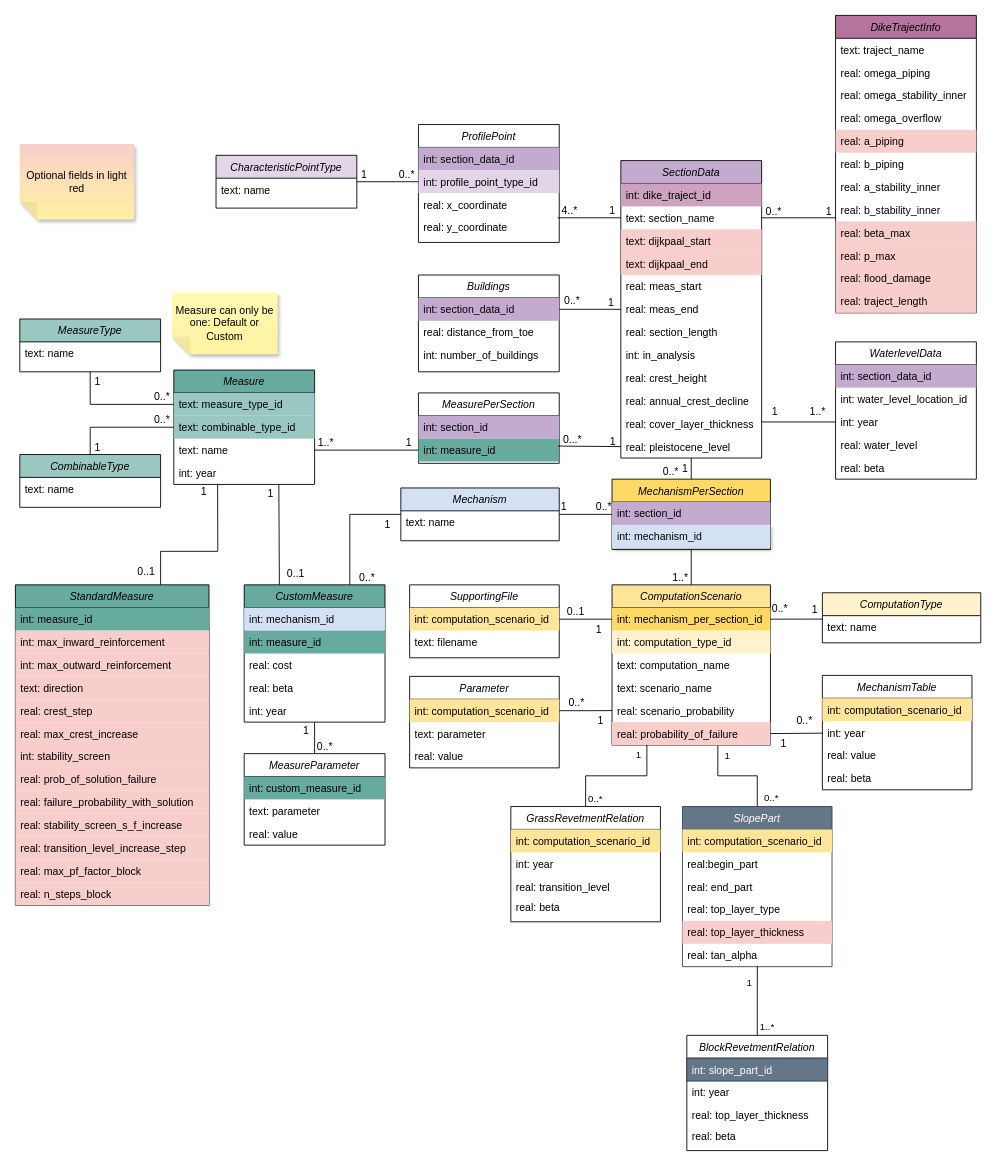
The draw.io diagram docs/db_diagram/vrtool_sql_input.drawio in Deltares/Veiligheidsrendement, before the edit. Source tidied: cells renumbered, new cells numbered last; positions are measured from the earlier drawing's top-left corner, leaving out a move shared by most shapes. Both pictures are drawn from the tidied source at 88%, with x=0, y=0 at pixel (15, 15).
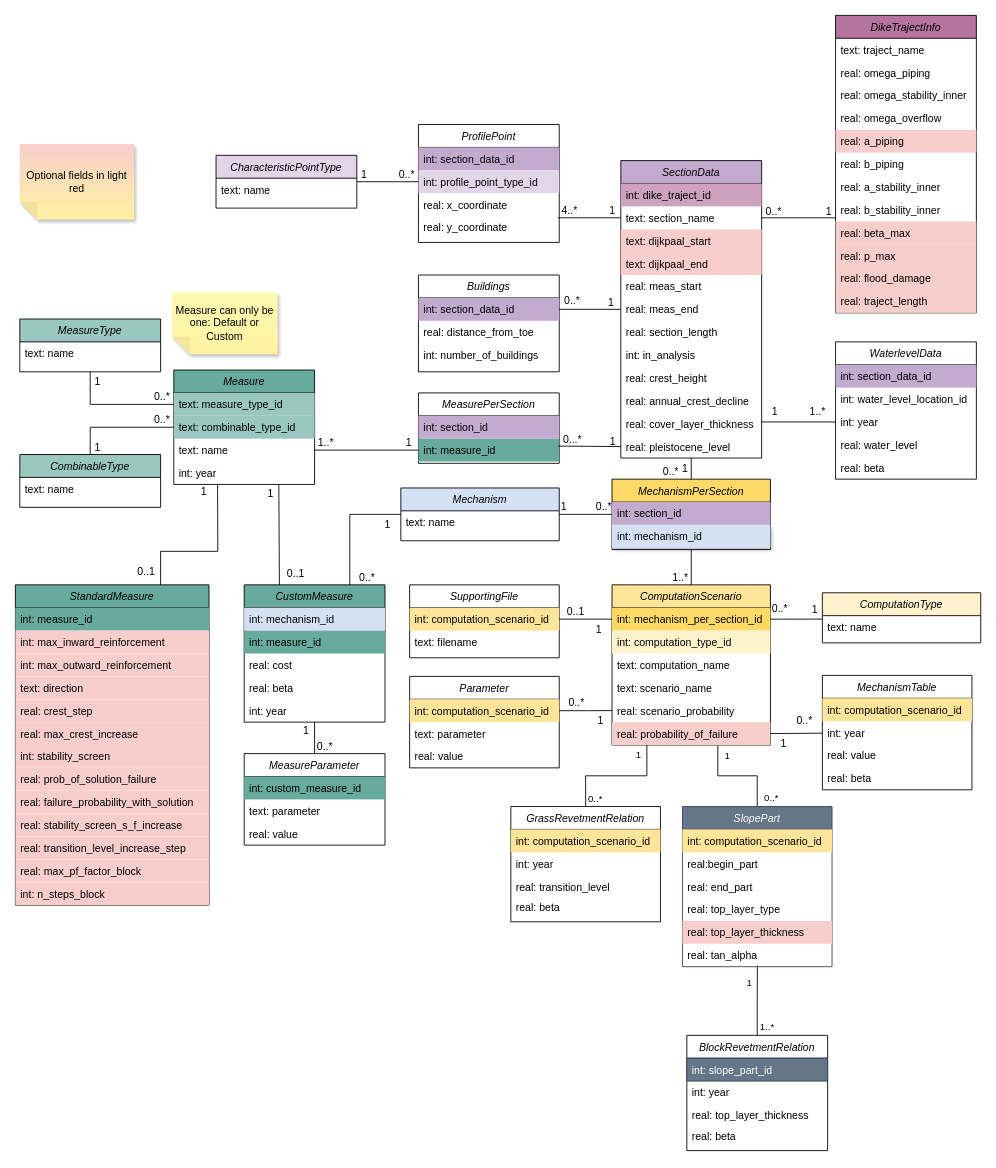
Above is the later version.

The change refers to these unchanged cells:
```xml
<mxCell id="94" value="StandardMeasure" style="swimlane;fontStyle=2;align=center;verticalAlign=top;horizontal=1;startSize=26;rounded=0;shadow=0;strokeWidth=1;fillColor=#67AB9F;" parent="1" vertex="1">
  <mxGeometry y="647.1" width="220" height="364" as="geometry" />
</mxCell>
```

Diff of the diagram source:
```diff
@@
-    <mxCell id="107" value="real: n_steps_block" style="text;align=left;verticalAlign=top;spacingLeft=4;spacingRight=4;overflow=hidden;fillColor=#F8CECC;" parent="94" vertex="1">
+    <mxCell id="107" value="int: n_steps_block" style="text;align=left;verticalAlign=top;spacingLeft=4;spacingRight=4;overflow=hidden;fillColor=#F8CECC;" parent="94" vertex="1">
       <mxGeometry y="338" width="220" height="26" as="geometry" />
     </mxCell>
```
